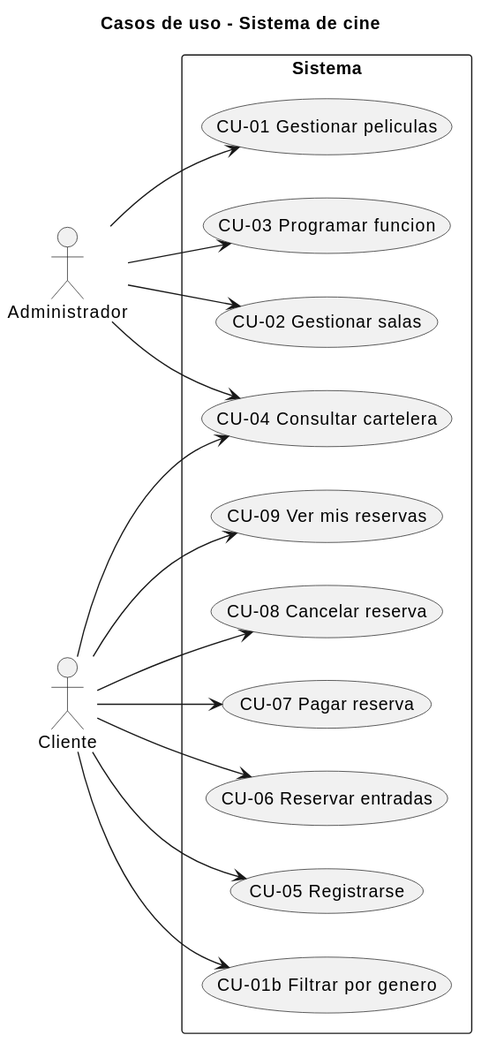
andreiveisuade/cine-uade keeps this PlantUML diagram as cine-backend/docs/diagramas/casos-de-uso.svg. Above is the earlier version.
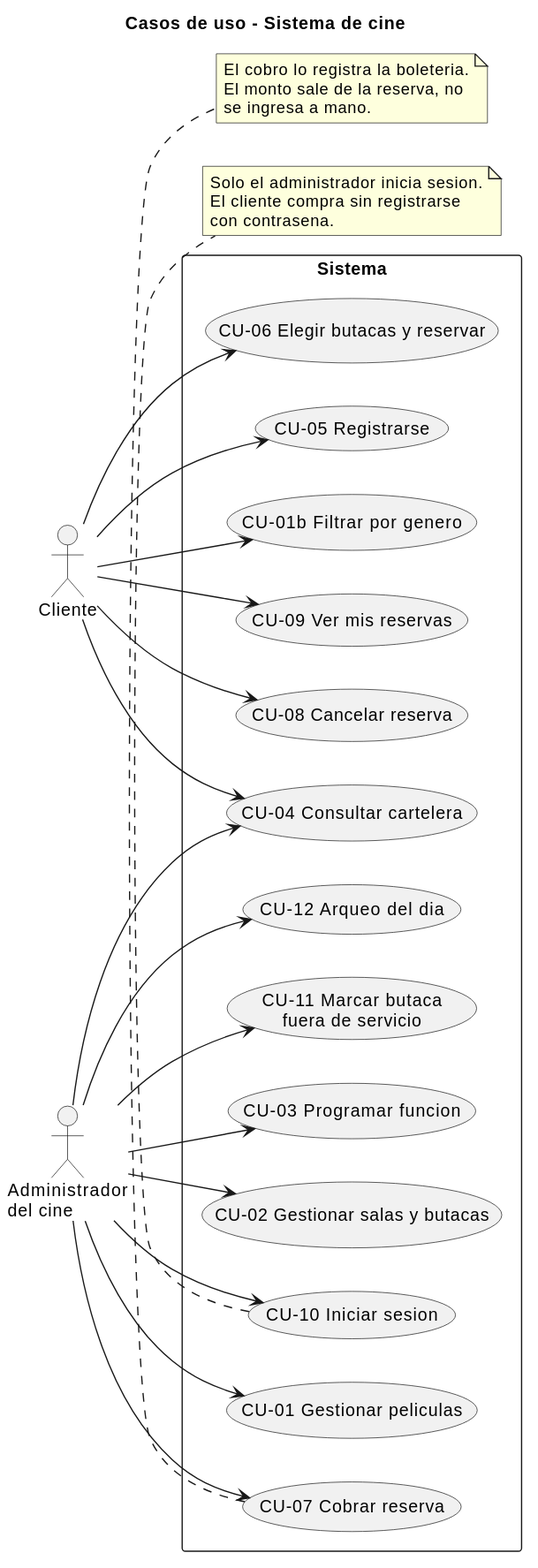
After the change.

Diff of the diagram source:
```diff
@@ -3,32 +3,50 @@
 
 left to right direction
 
-actor Administrador as admin
 actor Cliente as cliente
+actor "Administrador\ndel cine" as admin
 
 rectangle Sistema {
   usecase "CU-01 Gestionar peliculas" as CU01
-  usecase "CU-02 Gestionar salas" as CU02
+  usecase "CU-01b Filtrar por genero" as CU01b
+  usecase "CU-02 Gestionar salas y butacas" as CU02
   usecase "CU-03 Programar funcion" as CU03
   usecase "CU-04 Consultar cartelera" as CU04
-  usecase "CU-01b Filtrar por genero" as CU01b
   usecase "CU-05 Registrarse" as CU05
-  usecase "CU-06 Reservar entradas" as CU06
-  usecase "CU-07 Pagar reserva" as CU07
+  usecase "CU-06 Elegir butacas y reservar" as CU06
+  usecase "CU-07 Cobrar reserva" as CU07
   usecase "CU-08 Cancelar reserva" as CU08
   usecase "CU-09 Ver mis reservas" as CU09
+  usecase "CU-10 Iniciar sesion" as CU10
+  usecase "CU-11 Marcar butaca\nfuera de servicio" as CU11
+  usecase "CU-12 Arqueo del dia" as CU12
 }
-
-admin --> CU01
-admin --> CU02
-admin --> CU03
-admin --> CU04
 
 cliente --> CU04
 cliente --> CU01b
 cliente --> CU05
 cliente --> CU06
-cliente --> CU07
 cliente --> CU08
 cliente --> CU09
+
+admin --> CU10
+admin --> CU01
+admin --> CU02
+admin --> CU03
+admin --> CU04
+admin --> CU11
+admin --> CU07
+admin --> CU12
+
+note bottom of CU10
+  Solo el administrador inicia sesion.
+  El cliente compra sin registrarse
+  con contrasena.
+end note
+
+note bottom of CU07
+  El cobro lo registra la boleteria.
+  El monto sale de la reserva, no
+  se ingresa a mano.
+end note
 @enduml
```
